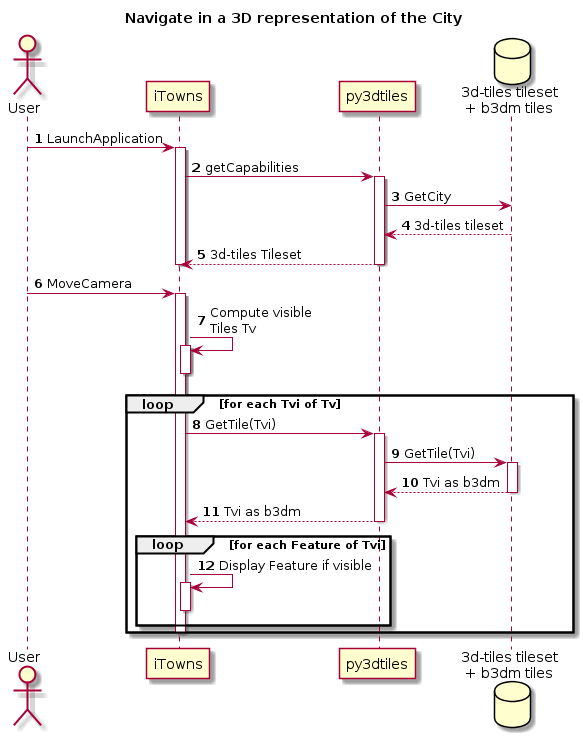
Earlier version of the PlantUML export Doc/Devel/Architecture/Diagrams/3DNavigation.png (VCityTeam/UD-SV).
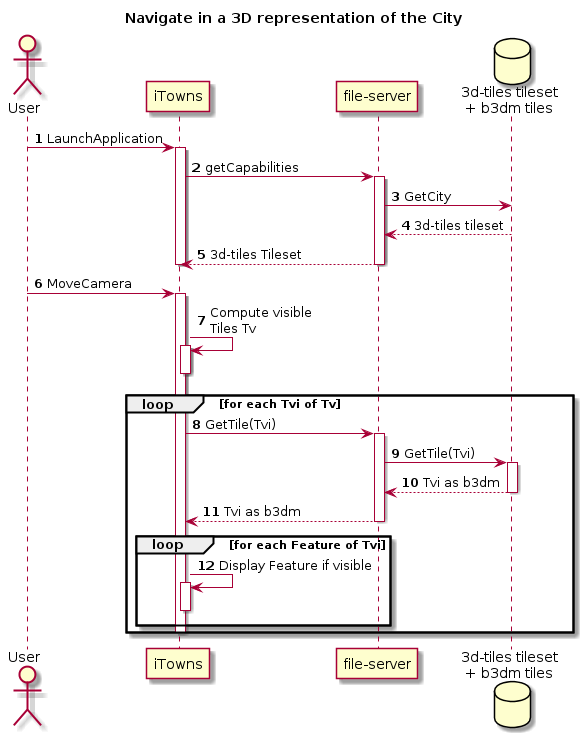
After the change.

Commit message:
Update 3D Navigation diagram

What changed in the source:
```diff
@@ -5,17 +5,17 @@
 
 actor User
 participant iTowns
-participant py3dtiles
+participant "file-server" as FS
 database "3d-tiles tileset\n+ b3dm tiles" as TB3DM
 
 User -> iTowns : LaunchApplication
 activate iTowns
-iTowns -> py3dtiles : getCapabilities
-activate py3dtiles
-py3dtiles -> TB3DM : GetCity
-TB3DM --> py3dtiles : 3d-tiles tileset
-py3dtiles --> iTowns : 3d-tiles Tileset
-deactivate py3dtiles
+iTowns -> FS : getCapabilities
+activate FS
+FS -> TB3DM : GetCity
+TB3DM --> FS : 3d-tiles tileset
+FS --> iTowns : 3d-tiles Tileset
+deactivate FS
 deactivate iTowns
 
 User -> iTowns : MoveCamera
@@ -25,14 +25,14 @@
 deactivate iTowns
 
 loop for each Tvi of Tv
-  iTowns -> py3dtiles : GetTile(Tvi)
-  activate py3dtiles
-  py3dtiles -> TB3DM : GetTile(Tvi)
+  iTowns -> FS : GetTile(Tvi)
+  activate FS
+  FS -> TB3DM : GetTile(Tvi)
   activate TB3DM
-  TB3DM --> py3dtiles : Tvi as b3dm
+  TB3DM --> FS : Tvi as b3dm
   deactivate TB3DM
-  py3dtiles --> iTowns : Tvi as b3dm
-  deactivate py3dtiles
+  FS --> iTowns : Tvi as b3dm
+  deactivate FS
 
   loop for each Feature of Tvi
     iTowns -> iTowns : Display Feature if visible
```
